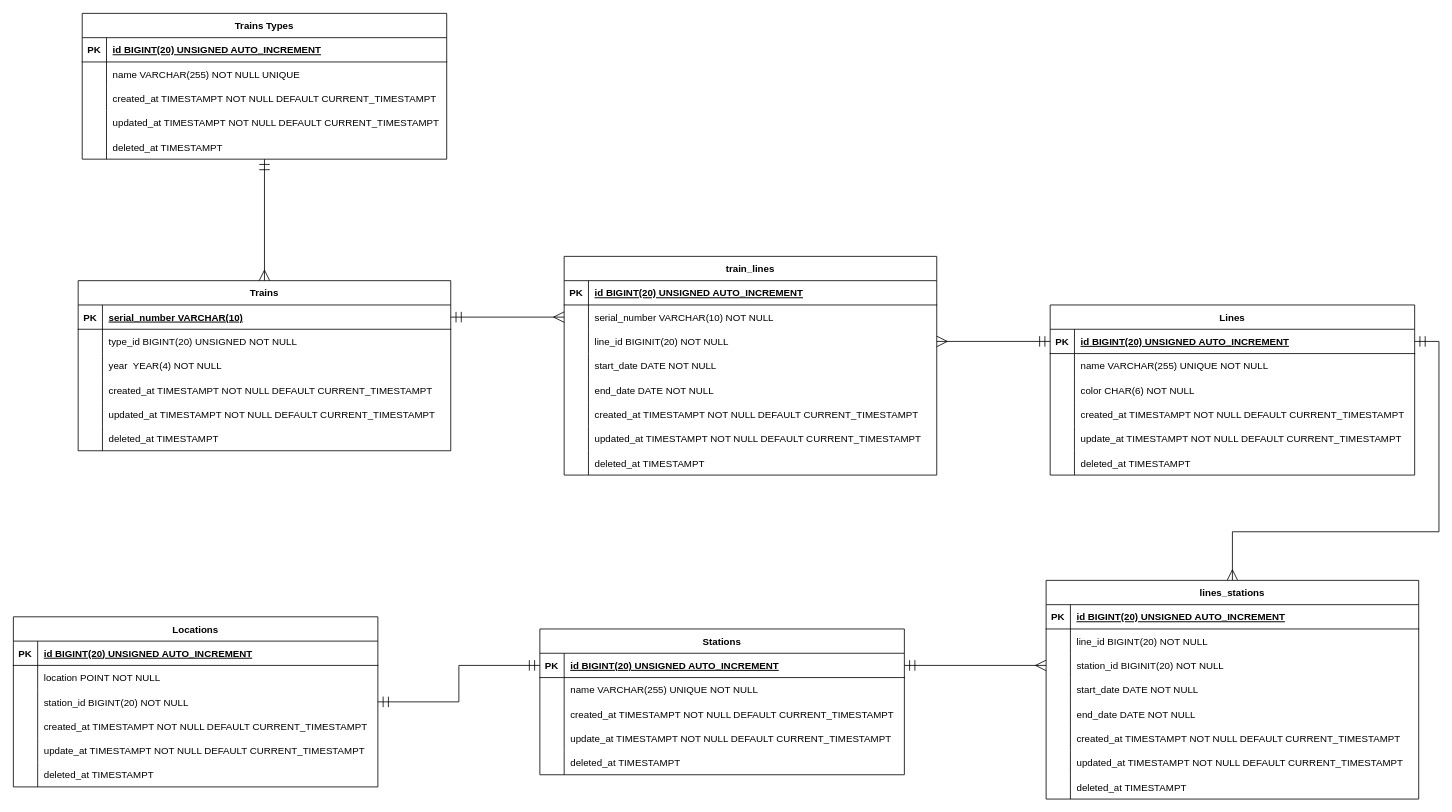
Earlier version of the draw.io diagram docs/draw-io/diagrama-fisico.drawio (JuanGomez31/metro-mariadb). Source tidied: cells renumbered, new cells numbered last; positions are measured from the earlier drawing's top-left corner, leaving out a move shared by most shapes. Both pictures are drawn from the tidied source at 81%, with x=0, y=0 at pixel (13, 13).
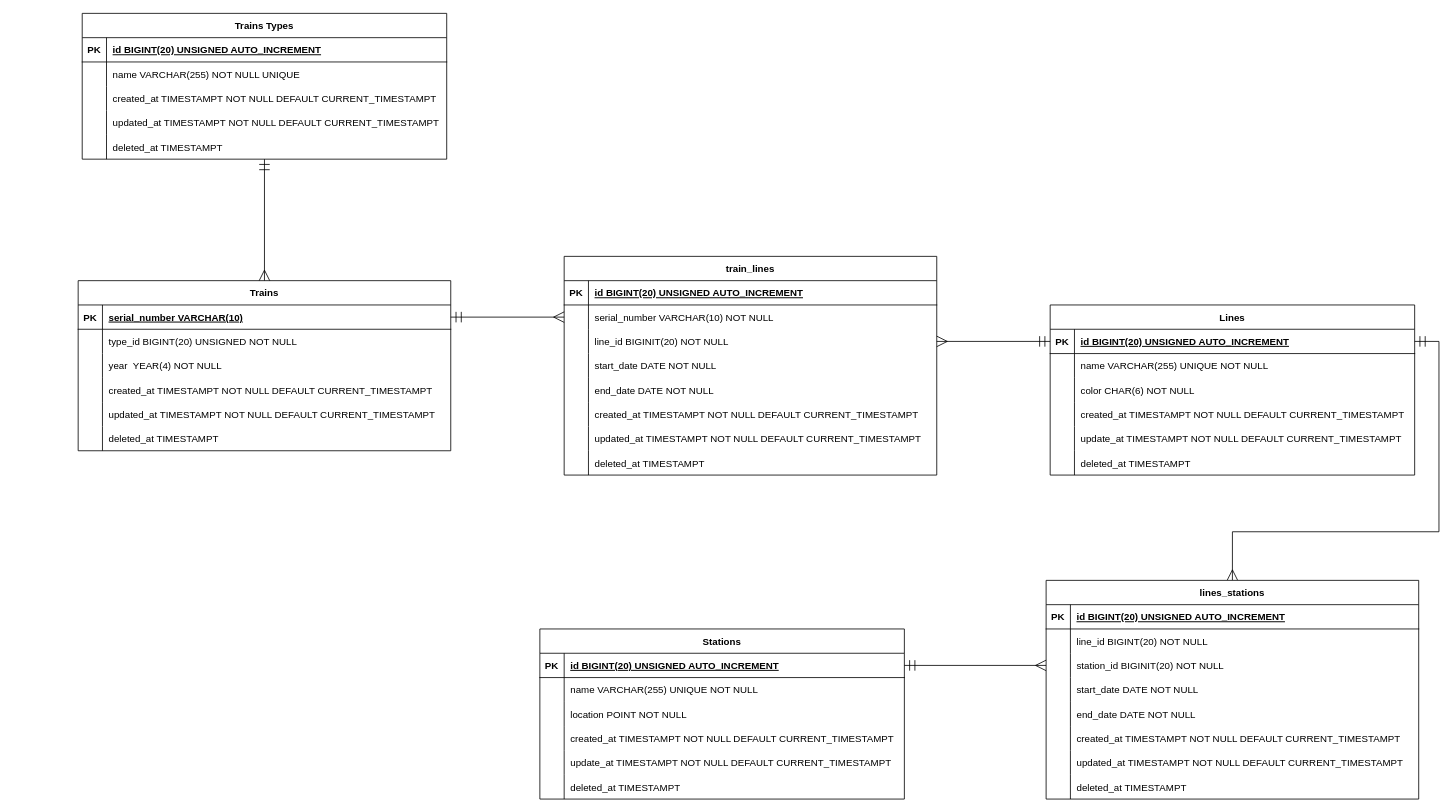
The same diagram, later.

Unchanged cells that the change refers to:
```xml
<mxCell id="87" style="shape=tableRow;horizontal=0;startSize=0;swimlaneHead=0;swimlaneBody=0;fillColor=none;points=[[0,0.5],[1,0.5]];portConstraint=eastwest;top=0;left=0;right=0;bottom=1;" parent="86" vertex="1">
  <mxGeometry y="30" width="450" height="30" as="geometry" />
</mxCell>
```

The edit, as a diff of the source:
```diff
@@
     <mxCell id="86" value="Stations" style="shape=table;startSize=30;childLayout=tableLayout;rowLines=0;fontStyle=1;align=center;" parent="1" vertex="1">
-      <mxGeometry x="650" y="760" width="450" height="180" as="geometry" />
+      <mxGeometry x="650" y="760" width="450" height="210" as="geometry" />
     </mxCell>
@@
+    <mxCell id="134" style="shape=tableRow;horizontal=0;startSize=0;swimlaneHead=0;swimlaneBody=0;fillColor=none;points=[[0,0.5],[1,0.5]];portConstraint=eastwest;top=0;left=0;right=0;bottom=0;" parent="86" vertex="1">
+      <mxGeometry y="90" width="450" height="30" as="geometry" />
+    </mxCell>
+    <mxCell id="147" style="shape=partialRectangle;fillColor=none;top=0;left=0;bottom=0;right=0;overflow=hidden;" parent="134" vertex="1">
+      <mxGeometry width="30" height="30" as="geometry" />
+    </mxCell>
+    <mxCell id="133" value="location POINT NOT NULL" style="shape=partialRectangle;fillColor=none;top=0;left=0;bottom=0;right=0;align=left;spacingLeft=6;overflow=hidden;" parent="134" vertex="1">
+      <mxGeometry x="30" width="420" height="30" as="geometry" />
+    </mxCell>
     <mxCell id="93" style="shape=tableRow;horizontal=0;startSize=0;swimlaneHead=0;swimlaneBody=0;fillColor=none;top=0;left=0;right=0;bottom=0;" parent="86" vertex="1">
-      <mxGeometry y="90" width="450" height="30" as="geometry" />
+      <mxGeometry y="120" width="450" height="30" as="geometry" />
     </mxCell>
@@
     <mxCell id="96" style="shape=tableRow;horizontal=0;startSize=0;swimlaneHead=0;swimlaneBody=0;fillColor=none;top=0;left=0;right=0;bottom=0;" parent="86" vertex="1">
-      <mxGeometry y="120" width="450" height="30" as="geometry" />
+      <mxGeometry y="150" width="450" height="30" as="geometry" />
     </mxCell>
@@
     <mxCell id="99" style="shape=tableRow;horizontal=0;startSize=0;swimlaneHead=0;swimlaneBody=0;fillColor=none;top=0;left=0;right=0;bottom=0;" parent="86" vertex="1">
-      <mxGeometry y="150" width="450" height="30" as="geometry" />
+      <mxGeometry y="180" width="450" height="30" as="geometry" />
     </mxCell>
@@
-    <mxCell id="127" value="Locations" style="shape=table;startSize=30;childLayout=tableLayout;rowLines=0;fontStyle=1;align=center;" parent="1" vertex="1">
-      <mxGeometry y="745" width="450" height="210" as="geometry" />
-    </mxCell>
-    <mxCell id="128" style="shape=tableRow;horizontal=0;startSize=0;swimlaneHead=0;swimlaneBody=0;fillColor=none;top=0;left=0;right=0;bottom=1;" parent="127" vertex="1">
-      <mxGeometry y="30" width="450" height="30" as="geometry" />
-    </mxCell>
-    <mxCell id="129" value="PK" style="shape=partialRectangle;fillColor=none;top=0;left=0;bottom=0;right=0;fontStyle=1;overflow=hidden;" parent="128" vertex="1">
-      <mxGeometry width="30" height="30" as="geometry" />
-    </mxCell>
-    <mxCell id="130" value="id BIGINT(20) UNSIGNED AUTO_INCREMENT" style="shape=partialRectangle;fillColor=none;top=0;left=0;bottom=0;right=0;align=left;spacingLeft=6;fontStyle=5;overflow=hidden;" parent="128" vertex="1">
-      <mxGeometry x="30" width="420" height="30" as="geometry" />
-    </mxCell>
-    <mxCell id="131" style="shape=tableRow;horizontal=0;startSize=0;swimlaneHead=0;swimlaneBody=0;fillColor=none;top=0;left=0;right=0;bottom=0;" parent="127" vertex="1">
-      <mxGeometry y="60" width="450" height="30" as="geometry" />
-    </mxCell>
-    <mxCell id="132" style="shape=partialRectangle;fillColor=none;top=0;left=0;bottom=0;right=0;overflow=hidden;" parent="131" vertex="1">
-      <mxGeometry width="30" height="30" as="geometry" />
-    </mxCell>
-    <mxCell id="133" value="location POINT NOT NULL" style="shape=partialRectangle;fillColor=none;top=0;left=0;bottom=0;right=0;align=left;spacingLeft=6;overflow=hidden;" parent="131" vertex="1">
-      <mxGeometry x="30" width="420" height="30" as="geometry" />
-    </mxCell>
-    <mxCell id="134" style="shape=tableRow;horizontal=0;startSize=0;swimlaneHead=0;swimlaneBody=0;fillColor=none;points=[[0,0.5],[1,0.5]];portConstraint=eastwest;top=0;left=0;right=0;bottom=0;" parent="127" vertex="1">
-      <mxGeometry y="90" width="450" height="30" as="geometry" />
-    </mxCell>
-    <mxCell id="135" style="shape=partialRectangle;fillColor=none;top=0;left=0;bottom=0;right=0;overflow=hidden;" parent="134" vertex="1">
-      <mxGeometry width="30" height="30" as="geometry" />
-    </mxCell>
-    <mxCell id="136" value="station_id BIGINT(20) NOT NULL" style="shape=partialRectangle;fillColor=none;top=0;left=0;bottom=0;right=0;align=left;spacingLeft=6;overflow=hidden;" parent="134" vertex="1">
-      <mxGeometry x="30" width="420" height="30" as="geometry" />
-    </mxCell>
-    <mxCell id="137" style="shape=tableRow;horizontal=0;startSize=0;swimlaneHead=0;swimlaneBody=0;fillColor=none;top=0;left=0;right=0;bottom=0;" parent="127" vertex="1">
-      <mxGeometry y="120" width="450" height="30" as="geometry" />
-    </mxCell>
-    <mxCell id="138" style="shape=partialRectangle;fillColor=none;top=0;left=0;bottom=0;right=0;overflow=hidden;" parent="137" vertex="1">
-      <mxGeometry width="30" height="30" as="geometry" />
-    </mxCell>
-    <mxCell id="139" value="created_at TIMESTAMPT NOT NULL DEFAULT CURRENT_TIMESTAMPT" style="shape=partialRectangle;fillColor=none;top=0;left=0;bottom=0;right=0;align=left;spacingLeft=6;overflow=hidden;" parent="137" vertex="1">
-      <mxGeometry x="30" width="420" height="30" as="geometry" />
-    </mxCell>
-    <mxCell id="140" style="shape=tableRow;horizontal=0;startSize=0;swimlaneHead=0;swimlaneBody=0;fillColor=none;top=0;left=0;right=0;bottom=0;" parent="127" vertex="1">
-      <mxGeometry y="150" width="450" height="30" as="geometry" />
-    </mxCell>
-    <mxCell id="141" style="shape=partialRectangle;fillColor=none;top=0;left=0;bottom=0;right=0;overflow=hidden;" parent="140" vertex="1">
-      <mxGeometry width="30" height="30" as="geometry" />
-    </mxCell>
-    <mxCell id="142" value="update_at TIMESTAMPT NOT NULL DEFAULT CURRENT_TIMESTAMPT" style="shape=partialRectangle;fillColor=none;top=0;left=0;bottom=0;right=0;align=left;spacingLeft=6;overflow=hidden;" parent="140" vertex="1">
-      <mxGeometry x="30" width="420" height="30" as="geometry" />
-    </mxCell>
-    <mxCell id="143" style="shape=tableRow;horizontal=0;startSize=0;swimlaneHead=0;swimlaneBody=0;fillColor=none;top=0;left=0;right=0;bottom=0;" parent="127" vertex="1">
-      <mxGeometry y="180" width="450" height="30" as="geometry" />
-    </mxCell>
-    <mxCell id="144" style="shape=partialRectangle;fillColor=none;top=0;left=0;bottom=0;right=0;overflow=hidden;" parent="143" vertex="1">
-      <mxGeometry width="30" height="30" as="geometry" />
-    </mxCell>
-    <mxCell id="145" value="deleted_at TIMESTAMPT " style="shape=partialRectangle;fillColor=none;top=0;left=0;bottom=0;right=0;align=left;spacingLeft=6;overflow=hidden;" parent="143" vertex="1">
-      <mxGeometry x="30" width="420" height="30" as="geometry" />
-    </mxCell>
-    <mxCell id="146" style="edgeStyle=orthogonalEdgeStyle;rounded=0;jettySize=auto;html=1;entryX=0;entryY=0.5;entryDx=0;entryDy=0;startArrow=ERmandOne;startFill=0;endArrow=ERmandOne;endFill=0;startSize=11;endSize=11;" parent="1" edge="1" source="134" target="87">
-      <mxGeometry relative="1" as="geometry" />
-    </mxCell>
```
